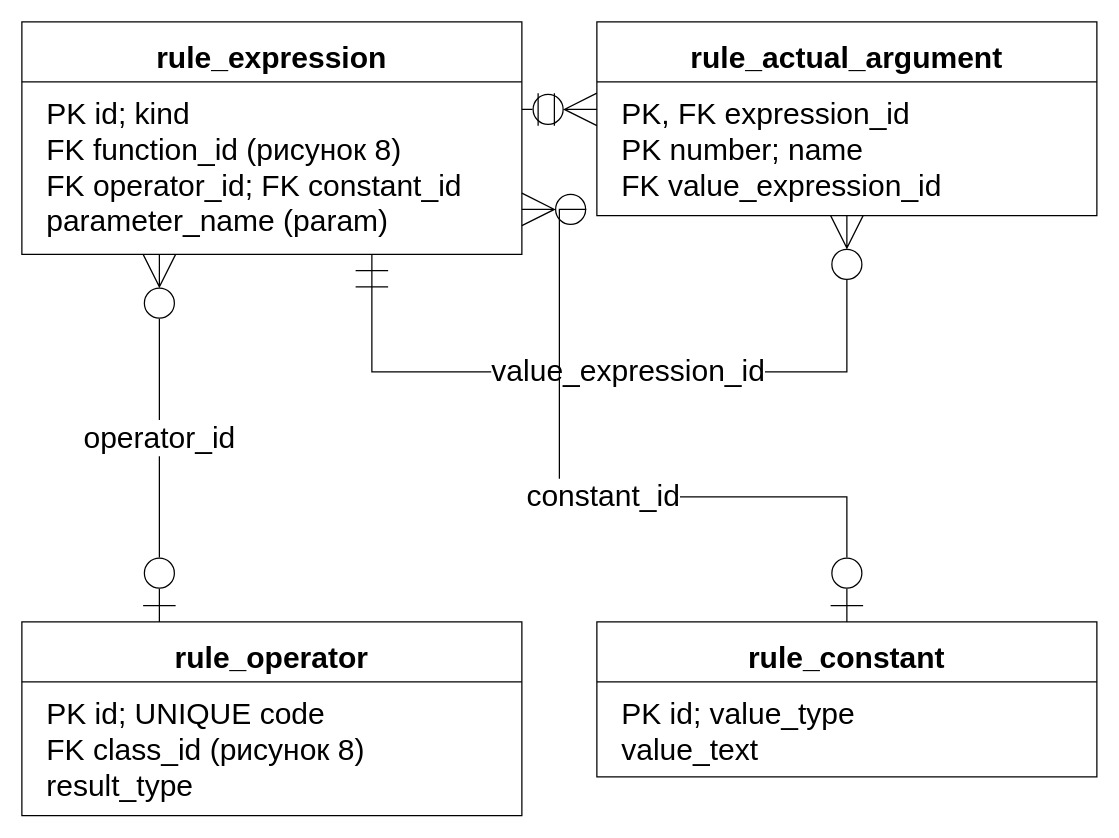
This is utils/lab7/diagrams/09_erd_calls.drawio from 10xtheo/mispris-sem7, a draw.io file, before an edit. Source tidied: cells renumbered, new cells numbered last; positions are measured from the earlier drawing's top-left corner, leaving out a move shared by most shapes. Both pictures are drawn from the tidied source at 125%, with x=0, y=0 at pixel (21, 21).
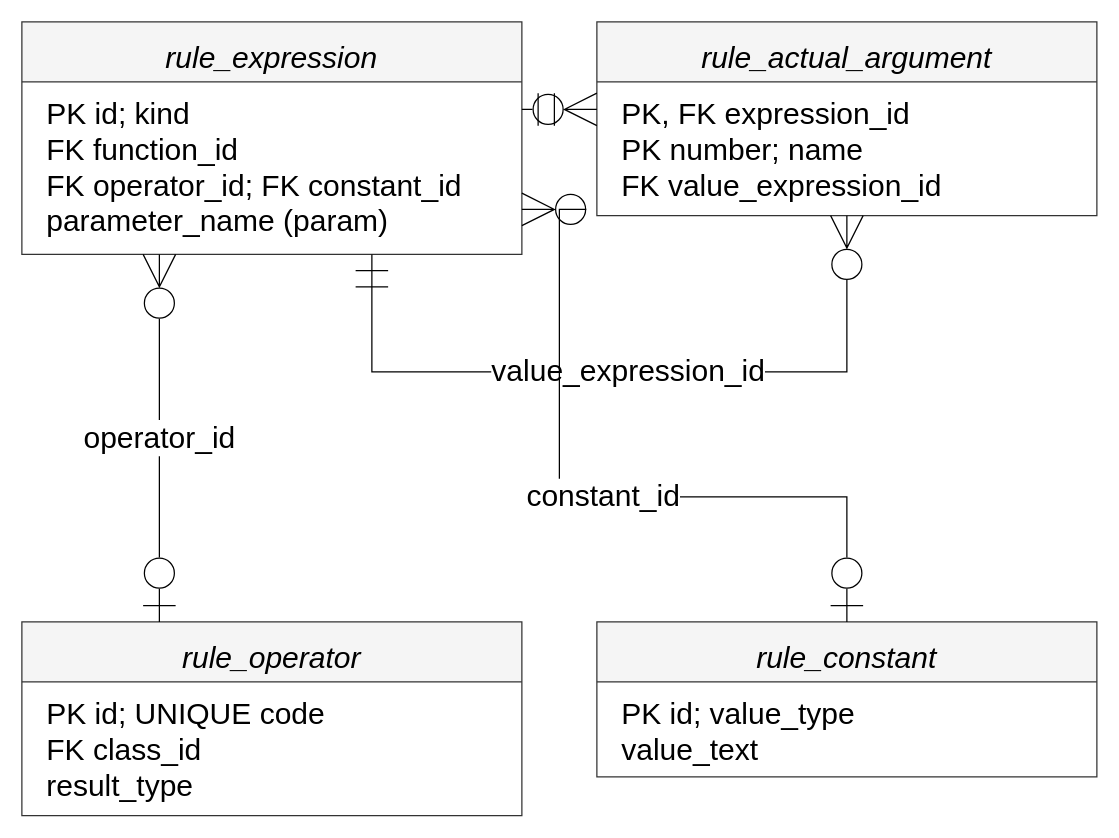
After the change.

Change to the diagram source:
```diff
@@
 <mxGraphModel>
   <root>
     <mxCell id="0" />
     <mxCell id="1" parent="0" />
-    <mxCell id="2" value="rule_expression" style="rounded=0;whiteSpace=wrap;html=1;align=center;verticalAlign=top;fontFamily=Arial;fontSize=24;spacing=10;fillColor=#ffffff;strokeColor=#000000;shape=swimlane;startSize=48;fontStyle=1;swimlaneFillColor=#ffffff;" parent="1" vertex="1">
+    <mxCell id="2" value="rule_expression" style="rounded=0;whiteSpace=wrap;html=1;align=center;verticalAlign=top;fontFamily=Arial;fontSize=24;spacing=10;fillColor=#f5f5f5;strokeColor=#333333;shape=swimlane;startSize=48;fontStyle=2;swimlaneFillColor=#ffffff;" parent="1" vertex="1">
       <mxGeometry width="400" height="186" as="geometry" />
     </mxCell>
-    <mxCell id="3" value="PK id; kind&lt;br&gt;FK function_id (рисунок 8)&lt;br&gt;FK operator_id; FK constant_id&lt;br&gt;parameter_name (param)" style="text;html=1;align=left;verticalAlign=top;fontFamily=Arial;fontSize=24;spacingLeft=18;spacingTop=5;fillColor=none;strokeColor=none;" parent="2" vertex="1">
+    <mxCell id="3" value="PK id; kind&lt;br&gt;FK function_id&lt;br&gt;FK operator_id; FK constant_id&lt;br&gt;parameter_name (param)" style="text;html=1;align=left;verticalAlign=top;fontFamily=Arial;fontSize=24;spacingLeft=18;spacingTop=5;fillColor=none;strokeColor=none;" parent="2" vertex="1">
       <mxGeometry y="48" width="400" height="138" as="geometry" />
     </mxCell>
-    <mxCell id="4" value="rule_actual_argument" style="rounded=0;whiteSpace=wrap;html=1;align=center;verticalAlign=top;fontFamily=Arial;fontSize=24;spacing=10;fillColor=#ffffff;strokeColor=#000000;shape=swimlane;startSize=48;fontStyle=1;swimlaneFillColor=#ffffff;" parent="1" vertex="1">
+    <mxCell id="4" value="rule_actual_argument" style="rounded=0;whiteSpace=wrap;html=1;align=center;verticalAlign=top;fontFamily=Arial;fontSize=24;spacing=10;fillColor=#f5f5f5;strokeColor=#333333;shape=swimlane;startSize=48;fontStyle=2;swimlaneFillColor=#ffffff;" parent="1" vertex="1">
       <mxGeometry x="460" width="400" height="155" as="geometry" />
     </mxCell>
     <mxCell id="5" value="PK, FK expression_id&lt;br&gt;PK number; name&lt;br&gt;FK value_expression_id" style="text;html=1;align=left;verticalAlign=top;fontFamily=Arial;fontSize=24;spacingLeft=18;spacingTop=5;fillColor=none;strokeColor=none;" parent="4" vertex="1">
       <mxGeometry y="48" width="400" height="107" as="geometry" />
     </mxCell>
-    <mxCell id="6" value="rule_operator" style="rounded=0;whiteSpace=wrap;html=1;align=center;verticalAlign=top;fontFamily=Arial;fontSize=24;spacing=10;fillColor=#ffffff;strokeColor=#000000;shape=swimlane;startSize=48;fontStyle=1;swimlaneFillColor=#ffffff;" parent="1" vertex="1">
+    <mxCell id="6" value="rule_operator" style="rounded=0;whiteSpace=wrap;html=1;align=center;verticalAlign=top;fontFamily=Arial;fontSize=24;spacing=10;fillColor=#f5f5f5;strokeColor=#333333;shape=swimlane;startSize=48;fontStyle=2;swimlaneFillColor=#ffffff;" parent="1" vertex="1">
       <mxGeometry y="480" width="400" height="155" as="geometry" />
     </mxCell>
-    <mxCell id="7" value="PK id; UNIQUE code&lt;br&gt;FK class_id (рисунок 8)&lt;br&gt;result_type" style="text;html=1;align=left;verticalAlign=top;fontFamily=Arial;fontSize=24;spacingLeft=18;spacingTop=5;fillColor=none;strokeColor=none;" parent="6" vertex="1">
+    <mxCell id="7" value="PK id; UNIQUE code&lt;br&gt;FK class_id&lt;br&gt;result_type" style="text;html=1;align=left;verticalAlign=top;fontFamily=Arial;fontSize=24;spacingLeft=18;spacingTop=5;fillColor=none;strokeColor=none;" parent="6" vertex="1">
       <mxGeometry y="48" width="400" height="107" as="geometry" />
     </mxCell>
-    <mxCell id="8" value="rule_constant" style="rounded=0;whiteSpace=wrap;html=1;align=center;verticalAlign=top;fontFamily=Arial;fontSize=24;spacing=10;fillColor=#ffffff;strokeColor=#000000;shape=swimlane;startSize=48;fontStyle=1;swimlaneFillColor=#ffffff;" parent="1" vertex="1">
+    <mxCell id="8" value="rule_constant" style="rounded=0;whiteSpace=wrap;html=1;align=center;verticalAlign=top;fontFamily=Arial;fontSize=24;spacing=10;fillColor=#f5f5f5;strokeColor=#333333;shape=swimlane;startSize=48;fontStyle=2;swimlaneFillColor=#ffffff;" parent="1" vertex="1">
       <mxGeometry x="460" y="480" width="400" height="124" as="geometry" />
     </mxCell>
     <mxCell id="9" value="PK id; value_type&lt;br&gt;value_text" style="text;html=1;align=left;verticalAlign=top;fontFamily=Arial;fontSize=24;spacingLeft=18;spacingTop=5;fillColor=none;strokeColor=none;" parent="8" vertex="1">
       <mxGeometry y="48" width="400" height="76" as="geometry" />
     </mxCell>
     <mxCell id="10" style="edgeStyle=orthogonalEdgeStyle;rounded=0;html=1;endArrow=open;fontFamily=Arial;fontSize=24;labelBackgroundColor=#ffffff;exitX=0.0;exitY=0.45161290322580644;entryX=1.0;entryY=0.3763440860215054;endArrow=none;startArrow=none;startArrow=ERzeroToMany;endArrow=ERmandOne;startFill=0;endFill=0;startSize=24;endSize=24;" parent="1" edge="1" source="4" target="2">
       <mxGeometry relative="1" as="geometry" />
     </mxCell>
     <mxCell id="11" value="value_expression_id" style="edgeStyle=orthogonalEdgeStyle;rounded=0;html=1;endArrow=open;fontFamily=Arial;fontSize=24;labelBackgroundColor=#ffffff;exitX=0.5;exitY=1.0;entryX=0.7;entryY=1.0;endArrow=none;startArrow=none;startArrow=ERzeroToMany;endArrow=ERmandOne;startFill=0;endFill=0;startSize=24;endSize=24;" parent="1" edge="1" source="4" target="2">
       <mxGeometry relative="1" as="geometry">
         <Array as="points">
           <mxPoint x="660" y="280" />
           <mxPoint x="280" y="280" />
         </Array>
       </mxGeometry>
     </mxCell>
     <mxCell id="12" value="operator_id" style="edgeStyle=orthogonalEdgeStyle;rounded=0;html=1;endArrow=open;fontFamily=Arial;fontSize=24;labelBackgroundColor=#ffffff;exitX=0.275;exitY=1.0;entryX=0.275;entryY=0.0;endArrow=none;startArrow=none;startArrow=ERzeroToMany;endArrow=ERzeroToOne;startFill=0;endFill=0;startSize=24;endSize=24;" parent="1" edge="1" source="2" target="6">
       <mxGeometry relative="1" as="geometry" />
     </mxCell>
     <mxCell id="13" value="constant_id" style="edgeStyle=orthogonalEdgeStyle;rounded=0;html=1;endArrow=open;fontFamily=Arial;fontSize=24;labelBackgroundColor=#ffffff;exitX=1.0;exitY=0.8064516129032258;entryX=0.5;entryY=0.0;endArrow=none;startArrow=none;startArrow=ERzeroToMany;endArrow=ERzeroToOne;startFill=0;endFill=0;startSize=24;endSize=24;" parent="1" edge="1" source="2" target="8">
       <mxGeometry relative="1" as="geometry">
         <Array as="points">
           <mxPoint x="430" y="150" />
           <mxPoint x="430" y="380" />
           <mxPoint x="660" y="380" />
         </Array>
       </mxGeometry>
     </mxCell>
   </root>
 </mxGraphModel>
```
